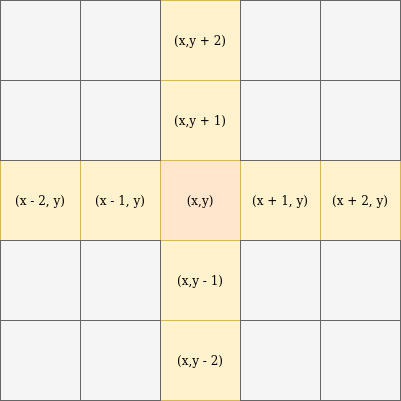
Earlier version of the draw.io export range.png (MSCapeletti/MC906_Projeto2). Source tidied: cells renumbered, new cells last; positions are measured from the earlier drawing's top-left corner, leaving out a move shared by most shapes. The source it was exported from:
```xml
<mxGraphModel>
  <root>
    <mxCell id="0" />
    <mxCell id="1" parent="0" />
    <mxCell id="2" value="(x,y)" style="whiteSpace=wrap;html=1;fillColor=#ffe6cc;strokeColor=#d79b00;" parent="1" vertex="1">
      <mxGeometry x="160" y="160" width="80" height="80" as="geometry" />
    </mxCell>
    <mxCell id="3" value="(x,y + 1)" style="whiteSpace=wrap;html=1;fillColor=#fff2cc;strokeColor=#d6b656;" parent="1" vertex="1">
      <mxGeometry x="160" y="80" width="80" height="80" as="geometry" />
    </mxCell>
    <mxCell id="4" value="(x - 1, y)" style="whiteSpace=wrap;html=1;fillColor=#fff2cc;strokeColor=#d6b656;" parent="1" vertex="1">
      <mxGeometry x="80" y="160" width="80" height="80" as="geometry" />
    </mxCell>
    <mxCell id="5" value="(x + 1, y)" style="whiteSpace=wrap;html=1;fillColor=#fff2cc;strokeColor=#d6b656;" parent="1" vertex="1">
      <mxGeometry x="240" y="160" width="80" height="80" as="geometry" />
    </mxCell>
    <mxCell id="6" value="(x,y - 1)" style="whiteSpace=wrap;html=1;fillColor=#fff2cc;strokeColor=#d6b656;" parent="1" vertex="1">
      <mxGeometry x="160" y="240" width="80" height="80" as="geometry" />
    </mxCell>
    <mxCell id="7" value="(x,y + 2)" style="whiteSpace=wrap;html=1;fillColor=#fff2cc;strokeColor=#d6b656;" parent="1" vertex="1">
      <mxGeometry x="160" width="80" height="80" as="geometry" />
    </mxCell>
    <mxCell id="8" value="(x,y - 2)" style="whiteSpace=wrap;html=1;fillColor=#fff2cc;strokeColor=#d6b656;" parent="1" vertex="1">
      <mxGeometry x="160" y="320" width="80" height="80" as="geometry" />
    </mxCell>
    <mxCell id="9" value="(x - 2, y)" style="whiteSpace=wrap;html=1;fillColor=#fff2cc;strokeColor=#d6b656;" parent="1" vertex="1">
      <mxGeometry y="160" width="80" height="80" as="geometry" />
    </mxCell>
    <mxCell id="10" value="(x + 2, y)" style="whiteSpace=wrap;html=1;fillColor=#fff2cc;strokeColor=#d6b656;" parent="1" vertex="1">
      <mxGeometry x="320" y="160" width="80" height="80" as="geometry" />
    </mxCell>
    <mxCell id="11" style="whiteSpace=wrap;html=1;fillColor=#f5f5f5;strokeColor=#666666;fontColor=#333333;" parent="1" vertex="1">
      <mxGeometry x="80" y="80" width="80" height="80" as="geometry" />
    </mxCell>
    <mxCell id="12" style="whiteSpace=wrap;html=1;fillColor=#f5f5f5;strokeColor=#666666;fontColor=#333333;" parent="1" vertex="1">
      <mxGeometry y="80" width="80" height="80" as="geometry" />
    </mxCell>
    <mxCell id="13" style="whiteSpace=wrap;html=1;fillColor=#f5f5f5;strokeColor=#666666;fontColor=#333333;" parent="1" vertex="1">
      <mxGeometry x="240" y="80" width="80" height="80" as="geometry" />
    </mxCell>
    <mxCell id="14" style="whiteSpace=wrap;html=1;fillColor=#f5f5f5;strokeColor=#666666;fontColor=#333333;" parent="1" vertex="1">
      <mxGeometry x="320" y="80" width="80" height="80" as="geometry" />
    </mxCell>
    <mxCell id="15" style="whiteSpace=wrap;html=1;fillColor=#f5f5f5;strokeColor=#666666;fontColor=#333333;" parent="1" vertex="1">
      <mxGeometry y="240" width="80" height="80" as="geometry" />
    </mxCell>
    <mxCell id="16" style="whiteSpace=wrap;html=1;fillColor=#f5f5f5;strokeColor=#666666;fontColor=#333333;" parent="1" vertex="1">
      <mxGeometry x="80" y="240" width="80" height="80" as="geometry" />
    </mxCell>
    <mxCell id="17" style="whiteSpace=wrap;html=1;fillColor=#f5f5f5;strokeColor=#666666;fontColor=#333333;" parent="1" vertex="1">
      <mxGeometry x="240" y="240" width="80" height="80" as="geometry" />
    </mxCell>
    <mxCell id="18" style="whiteSpace=wrap;html=1;fillColor=#f5f5f5;strokeColor=#666666;fontColor=#333333;" parent="1" vertex="1">
      <mxGeometry x="320" y="240" width="80" height="80" as="geometry" />
    </mxCell>
    <mxCell id="19" style="whiteSpace=wrap;html=1;fillColor=#f5f5f5;strokeColor=#666666;fontColor=#333333;" parent="1" vertex="1">
      <mxGeometry y="320" width="80" height="80" as="geometry" />
    </mxCell>
    <mxCell id="20" style="whiteSpace=wrap;html=1;fillColor=#f5f5f5;strokeColor=#666666;fontColor=#333333;" parent="1" vertex="1">
      <mxGeometry x="80" y="320" width="80" height="80" as="geometry" />
    </mxCell>
    <mxCell id="21" style="whiteSpace=wrap;html=1;fillColor=#f5f5f5;strokeColor=#666666;fontColor=#333333;" parent="1" vertex="1">
      <mxGeometry x="240" y="320" width="80" height="80" as="geometry" />
    </mxCell>
    <mxCell id="22" style="whiteSpace=wrap;html=1;fillColor=#f5f5f5;strokeColor=#666666;fontColor=#333333;" parent="1" vertex="1">
      <mxGeometry x="320" y="320" width="80" height="80" as="geometry" />
    </mxCell>
    <mxCell id="23" style="whiteSpace=wrap;html=1;fillColor=#f5f5f5;strokeColor=#666666;fontColor=#333333;" parent="1" vertex="1">
      <mxGeometry x="80" width="80" height="80" as="geometry" />
    </mxCell>
    <mxCell id="24" style="whiteSpace=wrap;html=1;fillColor=#f5f5f5;strokeColor=#666666;fontColor=#333333;" parent="1" vertex="1">
      <mxGeometry width="80" height="80" as="geometry" />
    </mxCell>
    <mxCell id="25" style="whiteSpace=wrap;html=1;fillColor=#f5f5f5;strokeColor=#666666;fontColor=#333333;" parent="1" vertex="1">
      <mxGeometry x="240" width="80" height="80" as="geometry" />
    </mxCell>
    <mxCell id="26" style="whiteSpace=wrap;html=1;fillColor=#f5f5f5;strokeColor=#666666;fontColor=#333333;" parent="1" vertex="1">
      <mxGeometry x="320" width="80" height="80" as="geometry" />
    </mxCell>
  </root>
</mxGraphModel>
```
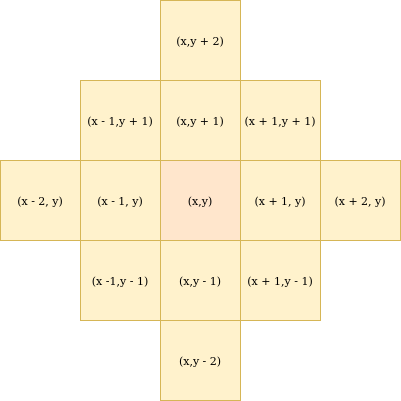
Above is the later version.

Commit message:
imagens inseridas e descrição de particularidades no report

Change to the diagram source:
```diff
@@ -2,80 +2,44 @@
   <root>
     <mxCell id="0" />
     <mxCell id="1" parent="0" />
-    <mxCell id="2" value="(x,y)" style="whiteSpace=wrap;html=1;fillColor=#ffe6cc;strokeColor=#d79b00;" parent="1" vertex="1">
+    <mxCell id="2" value="&lt;font style=&quot;font-size: 11px&quot;&gt;(x,y)&lt;/font&gt;" style="whiteSpace=wrap;html=1;fillColor=#ffe6cc;strokeColor=#d79b00;" parent="1" vertex="1">
       <mxGeometry x="160" y="160" width="80" height="80" as="geometry" />
     </mxCell>
-    <mxCell id="3" value="(x,y + 1)" style="whiteSpace=wrap;html=1;fillColor=#fff2cc;strokeColor=#d6b656;" parent="1" vertex="1">
+    <mxCell id="3" value="&lt;font style=&quot;font-size: 11px&quot;&gt;(x,y + 1)&lt;/font&gt;" style="whiteSpace=wrap;html=1;fillColor=#fff2cc;strokeColor=#d6b656;" parent="1" vertex="1">
       <mxGeometry x="160" y="80" width="80" height="80" as="geometry" />
     </mxCell>
-    <mxCell id="4" value="(x - 1, y)" style="whiteSpace=wrap;html=1;fillColor=#fff2cc;strokeColor=#d6b656;" parent="1" vertex="1">
+    <mxCell id="4" value="&lt;font style=&quot;font-size: 11px&quot;&gt;(x - 1, y)&lt;/font&gt;" style="whiteSpace=wrap;html=1;fillColor=#fff2cc;strokeColor=#d6b656;" parent="1" vertex="1">
       <mxGeometry x="80" y="160" width="80" height="80" as="geometry" />
     </mxCell>
-    <mxCell id="5" value="(x + 1, y)" style="whiteSpace=wrap;html=1;fillColor=#fff2cc;strokeColor=#d6b656;" parent="1" vertex="1">
+    <mxCell id="5" value="&lt;font style=&quot;font-size: 11px&quot;&gt;(x + 1, y)&lt;/font&gt;" style="whiteSpace=wrap;html=1;fillColor=#fff2cc;strokeColor=#d6b656;" parent="1" vertex="1">
       <mxGeometry x="240" y="160" width="80" height="80" as="geometry" />
     </mxCell>
-    <mxCell id="6" value="(x,y - 1)" style="whiteSpace=wrap;html=1;fillColor=#fff2cc;strokeColor=#d6b656;" parent="1" vertex="1">
+    <mxCell id="6" value="&lt;font style=&quot;font-size: 11px&quot;&gt;(x,y - 1)&lt;/font&gt;" style="whiteSpace=wrap;html=1;fillColor=#fff2cc;strokeColor=#d6b656;" parent="1" vertex="1">
       <mxGeometry x="160" y="240" width="80" height="80" as="geometry" />
     </mxCell>
-    <mxCell id="7" value="(x,y + 2)" style="whiteSpace=wrap;html=1;fillColor=#fff2cc;strokeColor=#d6b656;" parent="1" vertex="1">
+    <mxCell id="7" value="&lt;font style=&quot;font-size: 11px&quot;&gt;(x,y + 2)&lt;/font&gt;" style="whiteSpace=wrap;html=1;fillColor=#fff2cc;strokeColor=#d6b656;" parent="1" vertex="1">
       <mxGeometry x="160" width="80" height="80" as="geometry" />
     </mxCell>
-    <mxCell id="8" value="(x,y - 2)" style="whiteSpace=wrap;html=1;fillColor=#fff2cc;strokeColor=#d6b656;" parent="1" vertex="1">
+    <mxCell id="8" value="&lt;font style=&quot;font-size: 11px&quot;&gt;(x,y - 2)&lt;/font&gt;" style="whiteSpace=wrap;html=1;fillColor=#fff2cc;strokeColor=#d6b656;" parent="1" vertex="1">
       <mxGeometry x="160" y="320" width="80" height="80" as="geometry" />
     </mxCell>
-    <mxCell id="9" value="(x - 2, y)" style="whiteSpace=wrap;html=1;fillColor=#fff2cc;strokeColor=#d6b656;" parent="1" vertex="1">
+    <mxCell id="9" value="&lt;font style=&quot;font-size: 11px&quot;&gt;(x - 2, y)&lt;/font&gt;" style="whiteSpace=wrap;html=1;fillColor=#fff2cc;strokeColor=#d6b656;" parent="1" vertex="1">
       <mxGeometry y="160" width="80" height="80" as="geometry" />
     </mxCell>
-    <mxCell id="10" value="(x + 2, y)" style="whiteSpace=wrap;html=1;fillColor=#fff2cc;strokeColor=#d6b656;" parent="1" vertex="1">
+    <mxCell id="10" value="&lt;font style=&quot;font-size: 11px&quot;&gt;(x + 2, y)&lt;/font&gt;" style="whiteSpace=wrap;html=1;fillColor=#fff2cc;strokeColor=#d6b656;" parent="1" vertex="1">
       <mxGeometry x="320" y="160" width="80" height="80" as="geometry" />
     </mxCell>
-    <mxCell id="11" style="whiteSpace=wrap;html=1;fillColor=#f5f5f5;strokeColor=#666666;fontColor=#333333;" parent="1" vertex="1">
+    <mxCell id="11" value="&lt;font style=&quot;font-size: 11px&quot;&gt;(x - 1,y + 1)&lt;/font&gt;" style="whiteSpace=wrap;html=1;fillColor=#fff2cc;strokeColor=#d6b656;" parent="1" vertex="1">
       <mxGeometry x="80" y="80" width="80" height="80" as="geometry" />
     </mxCell>
-    <mxCell id="12" style="whiteSpace=wrap;html=1;fillColor=#f5f5f5;strokeColor=#666666;fontColor=#333333;" parent="1" vertex="1">
-      <mxGeometry y="80" width="80" height="80" as="geometry" />
-    </mxCell>
-    <mxCell id="13" style="whiteSpace=wrap;html=1;fillColor=#f5f5f5;strokeColor=#666666;fontColor=#333333;" parent="1" vertex="1">
+    <mxCell id="13" value="&lt;font style=&quot;font-size: 11px&quot;&gt;(x + 1,y + 1)&lt;/font&gt;" style="whiteSpace=wrap;html=1;fillColor=#fff2cc;strokeColor=#d6b656;" parent="1" vertex="1">
       <mxGeometry x="240" y="80" width="80" height="80" as="geometry" />
     </mxCell>
-    <mxCell id="14" style="whiteSpace=wrap;html=1;fillColor=#f5f5f5;strokeColor=#666666;fontColor=#333333;" parent="1" vertex="1">
-      <mxGeometry x="320" y="80" width="80" height="80" as="geometry" />
-    </mxCell>
-    <mxCell id="15" style="whiteSpace=wrap;html=1;fillColor=#f5f5f5;strokeColor=#666666;fontColor=#333333;" parent="1" vertex="1">
-      <mxGeometry y="240" width="80" height="80" as="geometry" />
-    </mxCell>
-    <mxCell id="16" style="whiteSpace=wrap;html=1;fillColor=#f5f5f5;strokeColor=#666666;fontColor=#333333;" parent="1" vertex="1">
+    <mxCell id="16" value="&lt;font style=&quot;font-size: 11px&quot;&gt;(x -1,y - 1)&lt;/font&gt;" style="whiteSpace=wrap;html=1;fillColor=#fff2cc;strokeColor=#d6b656;" parent="1" vertex="1">
       <mxGeometry x="80" y="240" width="80" height="80" as="geometry" />
     </mxCell>
-    <mxCell id="17" style="whiteSpace=wrap;html=1;fillColor=#f5f5f5;strokeColor=#666666;fontColor=#333333;" parent="1" vertex="1">
+    <mxCell id="17" value="&lt;font style=&quot;font-size: 11px&quot;&gt;(x + 1,y - 1)&lt;/font&gt;" style="whiteSpace=wrap;html=1;fillColor=#fff2cc;strokeColor=#d6b656;" parent="1" vertex="1">
       <mxGeometry x="240" y="240" width="80" height="80" as="geometry" />
     </mxCell>
-    <mxCell id="18" style="whiteSpace=wrap;html=1;fillColor=#f5f5f5;strokeColor=#666666;fontColor=#333333;" parent="1" vertex="1">
-      <mxGeometry x="320" y="240" width="80" height="80" as="geometry" />
-    </mxCell>
-    <mxCell id="19" style="whiteSpace=wrap;html=1;fillColor=#f5f5f5;strokeColor=#666666;fontColor=#333333;" parent="1" vertex="1">
-      <mxGeometry y="320" width="80" height="80" as="geometry" />
-    </mxCell>
-    <mxCell id="20" style="whiteSpace=wrap;html=1;fillColor=#f5f5f5;strokeColor=#666666;fontColor=#333333;" parent="1" vertex="1">
-      <mxGeometry x="80" y="320" width="80" height="80" as="geometry" />
-    </mxCell>
-    <mxCell id="21" style="whiteSpace=wrap;html=1;fillColor=#f5f5f5;strokeColor=#666666;fontColor=#333333;" parent="1" vertex="1">
-      <mxGeometry x="240" y="320" width="80" height="80" as="geometry" />
-    </mxCell>
-    <mxCell id="22" style="whiteSpace=wrap;html=1;fillColor=#f5f5f5;strokeColor=#666666;fontColor=#333333;" parent="1" vertex="1">
-      <mxGeometry x="320" y="320" width="80" height="80" as="geometry" />
-    </mxCell>
-    <mxCell id="23" style="whiteSpace=wrap;html=1;fillColor=#f5f5f5;strokeColor=#666666;fontColor=#333333;" parent="1" vertex="1">
-      <mxGeometry x="80" width="80" height="80" as="geometry" />
-    </mxCell>
-    <mxCell id="24" style="whiteSpace=wrap;html=1;fillColor=#f5f5f5;strokeColor=#666666;fontColor=#333333;" parent="1" vertex="1">
-      <mxGeometry width="80" height="80" as="geometry" />
-    </mxCell>
-    <mxCell id="25" style="whiteSpace=wrap;html=1;fillColor=#f5f5f5;strokeColor=#666666;fontColor=#333333;" parent="1" vertex="1">
-      <mxGeometry x="240" width="80" height="80" as="geometry" />
-    </mxCell>
-    <mxCell id="26" style="whiteSpace=wrap;html=1;fillColor=#f5f5f5;strokeColor=#666666;fontColor=#333333;" parent="1" vertex="1">
-      <mxGeometry x="320" width="80" height="80" as="geometry" />
-    </mxCell>
   </root>
 </mxGraphModel>
```
